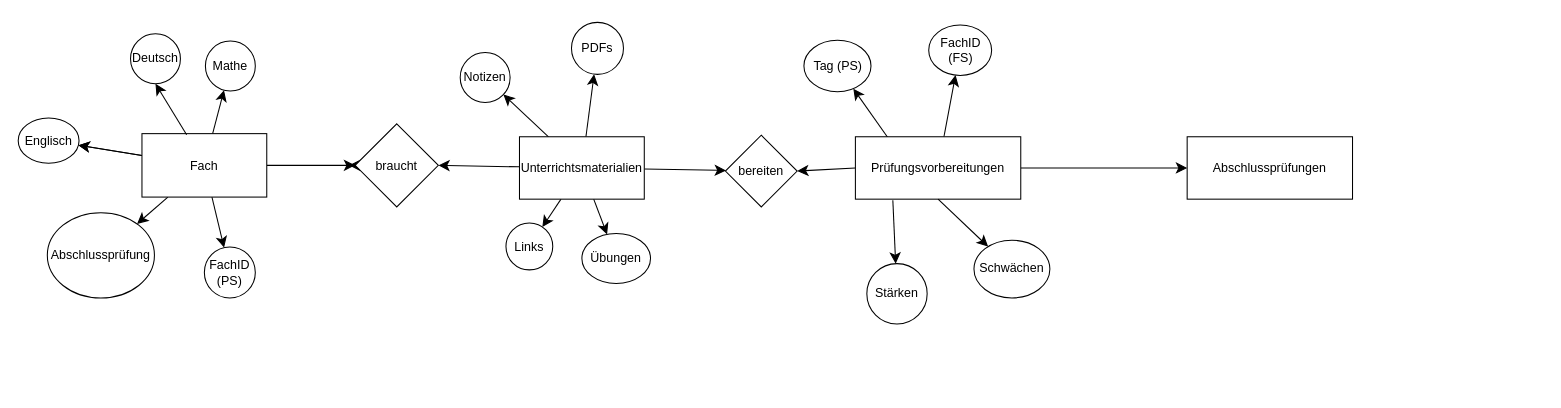
Kamo1951/Pruefungsvorbereitung keeps this draw.io diagram as Semantisches Datenmodell.drawio. Above is the earlier version. Source tidied: cells renumbered, new cells numbered last; positions are measured from the earlier drawing's top-left corner, leaving out a move shared by most shapes. Both pictures are drawn from the tidied source at 104%, with x=0, y=0 at pixel (18, 22).
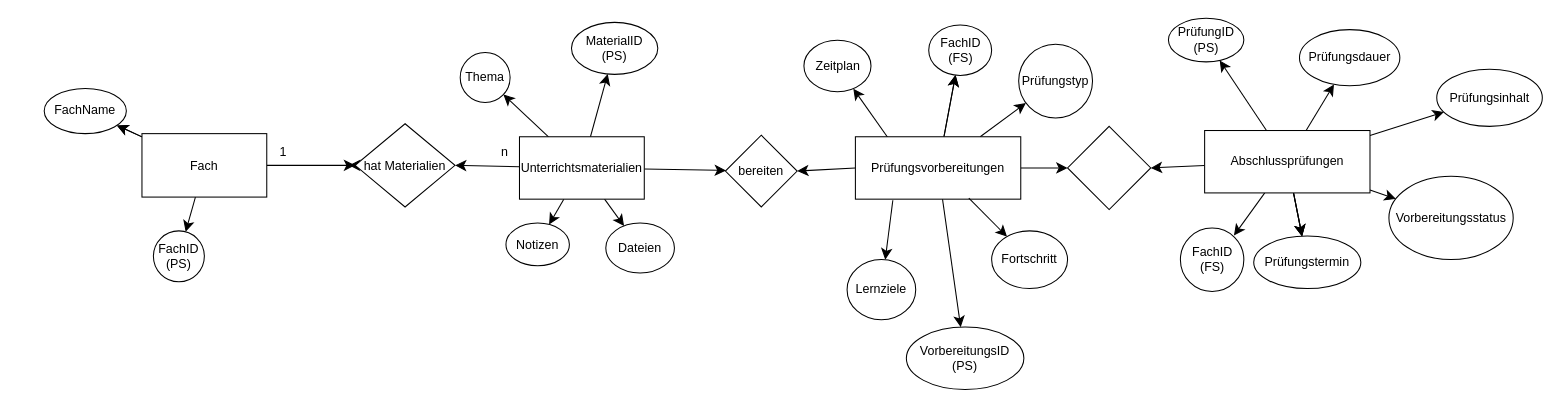
Above is the later version.

Unchanged cells that the change refers to:
```xml
<mxCell id="8" value="Fach" style="whiteSpace=wrap;html=1;" parent="1" vertex="1">
  <mxGeometry x="119" y="107" width="120" height="61" as="geometry" />
</mxCell>
<mxCell id="20" value="Prüfungsvorbereitungen" style="whiteSpace=wrap;html=1;" parent="1" vertex="1">
  <mxGeometry x="805" y="110" width="159" height="60" as="geometry" />
</mxCell>
<mxCell id="39" value="FachID (FS)" style="ellipse;whiteSpace=wrap;html=1;" parent="1" vertex="1">
  <mxGeometry x="875.5" y="2.5" width="60.5" height="48.5" as="geometry" />
</mxCell>
```

What changed in the source:
```diff
@@
-    <mxCell id="2" style="edgeStyle=none;curved=1;rounded=0;jettySize=auto;html=1;fontSize=12;startSize=8;endSize=8;" parent="1" edge="1" source="8" target="22">
-      <mxGeometry relative="1" as="geometry" />
-    </mxCell>
@@
-    <mxCell id="5" style="edgeStyle=none;curved=1;rounded=0;jettySize=auto;html=1;fontSize=12;startSize=8;endSize=8;" parent="1" edge="1" source="8" target="26">
-      <mxGeometry relative="1" as="geometry" />
-    </mxCell>
@@
-    <mxCell id="16" style="edgeStyle=none;curved=1;rounded=0;jettySize=auto;html=1;fontSize=12;startSize=8;endSize=8;" parent="1" edge="1" source="20" target="21">
+    <mxCell id="16" style="edgeStyle=none;curved=1;rounded=0;jettySize=auto;html=1;fontSize=12;startSize=8;endSize=8;entryX=0;entryY=0.5;entryDx=0;entryDy=0;" parent="1" edge="1" source="20" target="60">
       <mxGeometry relative="1" as="geometry" />
     </mxCell>
@@
+    <mxCell id="41" style="edgeStyle=none;curved=1;rounded=0;jettySize=auto;html=1;fontSize=12;startSize=8;endSize=8;" parent="1" edge="1" source="20" target="58">
+      <mxGeometry relative="1" as="geometry" />
+    </mxCell>
+    <mxCell id="42" style="edgeStyle=none;curved=1;rounded=0;jettySize=auto;html=1;fontSize=12;startSize=8;endSize=8;" parent="1" edge="1" source="20" target="39">
+      <mxGeometry relative="1" as="geometry" />
+    </mxCell>
+    <mxCell id="43" style="edgeStyle=none;curved=1;rounded=0;jettySize=auto;html=1;fontSize=12;startSize=8;endSize=8;" parent="1" edge="1" source="20" target="59">
+      <mxGeometry relative="1" as="geometry" />
+    </mxCell>
@@
+    <mxCell id="44" style="edgeStyle=none;curved=1;rounded=0;jettySize=auto;html=1;fontSize=12;startSize=8;endSize=8;" parent="1" edge="1" source="21" target="53">
+      <mxGeometry relative="1" as="geometry" />
+    </mxCell>
+    <mxCell id="45" style="edgeStyle=none;curved=1;rounded=0;jettySize=auto;html=1;fontSize=12;startSize=8;endSize=8;" parent="1" edge="1" source="21" target="54">
+      <mxGeometry relative="1" as="geometry" />
+    </mxCell>
+    <mxCell id="46" style="edgeStyle=none;curved=1;rounded=0;jettySize=auto;html=1;fontSize=12;startSize=8;endSize=8;" parent="1" edge="1" source="21" target="54">
+      <mxGeometry relative="1" as="geometry" />
+    </mxCell>
+    <mxCell id="47" style="edgeStyle=none;curved=1;rounded=0;jettySize=auto;html=1;fontSize=12;startSize=8;endSize=8;" parent="1" edge="1" source="21" target="54">
+      <mxGeometry relative="1" as="geometry" />
+    </mxCell>
+    <mxCell id="48" style="edgeStyle=none;curved=1;rounded=0;jettySize=auto;html=1;fontSize=12;startSize=8;endSize=8;" parent="1" edge="1" source="21" target="55">
+      <mxGeometry relative="1" as="geometry" />
+    </mxCell>
+    <mxCell id="49" style="edgeStyle=none;curved=1;rounded=0;jettySize=auto;html=1;fontSize=12;startSize=8;endSize=8;" parent="1" edge="1" source="21" target="56">
+      <mxGeometry relative="1" as="geometry" />
+    </mxCell>
+    <mxCell id="50" style="edgeStyle=none;curved=1;rounded=0;jettySize=auto;html=1;fontSize=12;startSize=8;endSize=8;" parent="1" edge="1" source="21" target="57">
+      <mxGeometry relative="1" as="geometry" />
+    </mxCell>
+    <mxCell id="51" style="edgeStyle=none;curved=1;rounded=0;jettySize=auto;html=1;entryX=1;entryY=0.5;entryDx=0;entryDy=0;fontSize=12;startSize=8;endSize=8;" parent="1" edge="1" source="21" target="60">
+      <mxGeometry relative="1" as="geometry" />
+    </mxCell>
+    <mxCell id="52" style="edgeStyle=none;curved=1;rounded=0;jettySize=auto;html=1;fontSize=12;startSize=8;endSize=8;" parent="1" edge="1" source="21">
+      <mxGeometry relative="1" as="geometry">
+        <mxPoint x="1169" y="205" as="targetPoint" />
+      </mxGeometry>
+    </mxCell>
     <mxCell id="21" value="Abschlussprüfungen" style="whiteSpace=wrap;html=1;" parent="1" vertex="1">
-      <mxGeometry x="1124" y="110" width="159" height="60" as="geometry" />
+      <mxGeometry x="1140.8" y="104" width="159" height="60" as="geometry" />
     </mxCell>
-    <mxCell id="22" value="Mathe" style="ellipse;whiteSpace=wrap;html=1;" parent="1" vertex="1">
-      <mxGeometry x="180" y="18" width="48" height="48" as="geometry" />
-    </mxCell>
-    <mxCell id="23" value="Deutsch" style="ellipse;whiteSpace=wrap;html=1;" parent="1" vertex="1">
-      <mxGeometry x="108" y="11" width="48" height="48" as="geometry" />
-    </mxCell>
-    <mxCell id="24" style="edgeStyle=none;curved=1;rounded=0;jettySize=auto;html=1;fontSize=12;startSize=8;endSize=8;entryX=0.5;entryY=1;entryDx=0;entryDy=0;exitX=0.358;exitY=0.016;exitDx=0;exitDy=0;exitPerimeter=0;" parent="1" edge="1" source="8" target="23">
-      <mxGeometry relative="1" as="geometry" />
-    </mxCell>
-    <mxCell id="25" value="Englisch" style="ellipse;whiteSpace=wrap;html=1;" parent="1" vertex="1">
-      <mxGeometry y="92" width="58.5" height="43.5" as="geometry" />
+    <mxCell id="25" value="FachName" style="ellipse;whiteSpace=wrap;html=1;" parent="1" vertex="1">
+      <mxGeometry x="25" y="63.5" width="79" height="43.5" as="geometry" />
     </mxCell>
-    <mxCell id="26" value="Abschlussprüfung" style="ellipse;whiteSpace=wrap;html=1;" parent="1" vertex="1">
-      <mxGeometry x="28" y="183" width="103" height="82" as="geometry" />
-    </mxCell>
@@
-    <mxCell id="28" value="braucht" style="rhombus;whiteSpace=wrap;html=1;" parent="1" vertex="1">
-      <mxGeometry x="324" y="97.5" width="80" height="80" as="geometry" />
+    <mxCell id="28" value="hat Materialien" style="rhombus;whiteSpace=wrap;html=1;" parent="1" vertex="1">
+      <mxGeometry x="324" y="97.5" width="96" height="80" as="geometry" />
     </mxCell>
-    <mxCell id="29" value="PDFs" style="ellipse;whiteSpace=wrap;html=1;" parent="1" vertex="1">
-      <mxGeometry x="532" width="50" height="50" as="geometry" />
+    <mxCell id="29" value="MaterialID (PS)" style="ellipse;whiteSpace=wrap;html=1;" parent="1" vertex="1">
+      <mxGeometry x="532" width="83" height="50" as="geometry" />
     </mxCell>
-    <mxCell id="30" value="Notizen" style="ellipse;whiteSpace=wrap;html=1;" parent="1" vertex="1">
+    <mxCell id="30" value="Thema" style="ellipse;whiteSpace=wrap;html=1;" parent="1" vertex="1">
       <mxGeometry x="425" y="29" width="48" height="48" as="geometry" />
     </mxCell>
-    <mxCell id="31" value="Links" style="ellipse;whiteSpace=wrap;html=1;" parent="1" vertex="1">
-      <mxGeometry x="469" y="193" width="45" height="45" as="geometry" />
+    <mxCell id="31" value="Notizen" style="ellipse;whiteSpace=wrap;html=1;" parent="1" vertex="1">
+      <mxGeometry x="469" y="193" width="61" height="41" as="geometry" />
     </mxCell>
-    <mxCell id="32" value="Übungen" style="ellipse;whiteSpace=wrap;html=1;" parent="1" vertex="1">
-      <mxGeometry x="542" y="203" width="66" height="48" as="geometry" />
+    <mxCell id="32" value="Dateien" style="ellipse;whiteSpace=wrap;html=1;" parent="1" vertex="1">
+      <mxGeometry x="565" y="193" width="66" height="48" as="geometry" />
     </mxCell>
@@
-    <mxCell id="34" value="Tag (PS)" style="ellipse;whiteSpace=wrap;html=1;" parent="1" vertex="1">
+    <mxCell id="34" value="Zeitplan" style="ellipse;whiteSpace=wrap;html=1;" parent="1" vertex="1">
       <mxGeometry x="755.5" y="17.2" width="64.5" height="49.5" as="geometry" />
     </mxCell>
-    <mxCell id="35" style="edgeStyle=none;curved=1;rounded=0;jettySize=auto;html=1;fontSize=12;startSize=8;endSize=8;exitX=0.5;exitY=1;exitDx=0;exitDy=0;" parent="1" edge="1" source="20" target="37">
-      <mxGeometry relative="1" as="geometry" />
+    <mxCell id="35" style="edgeStyle=none;curved=1;rounded=0;jettySize=auto;html=1;fontSize=12;startSize=8;endSize=8;exitX=0.686;exitY=0.983;exitDx=0;exitDy=0;exitPerimeter=0;" parent="1" edge="1" source="20" target="37">
+      <mxGeometry relative="1" as="geometry">
+        <Array as="points">
+          <mxPoint x="929" y="184" />
+        </Array>
+      </mxGeometry>
     </mxCell>
@@
-    <mxCell id="37" value="Schwächen" style="ellipse;whiteSpace=wrap;html=1;" parent="1" vertex="1">
-      <mxGeometry x="919" y="209.5" width="73" height="55.5" as="geometry" />
+    <mxCell id="37" value="Fortschritt" style="ellipse;whiteSpace=wrap;html=1;" parent="1" vertex="1">
+      <mxGeometry x="936" y="200.5" width="73" height="55.5" as="geometry" />
     </mxCell>
-    <mxCell id="38" value="Stärken" style="ellipse;whiteSpace=wrap;html=1;" parent="1" vertex="1">
-      <mxGeometry x="816" y="232" width="58" height="58" as="geometry" />
+    <mxCell id="38" value="Lernziele" style="ellipse;whiteSpace=wrap;html=1;" parent="1" vertex="1">
+      <mxGeometry x="797" y="228" width="66" height="58" as="geometry" />
     </mxCell>
@@
     <mxCell id="40" value="FachID (PS)" style="ellipse;whiteSpace=wrap;html=1;" parent="1" vertex="1">
-      <mxGeometry x="179" y="216" width="49" height="49" as="geometry" />
+      <mxGeometry x="130" y="200.5" width="49" height="49" as="geometry" />
     </mxCell>
+    <mxCell id="53" value="PrüfungID (PS)" style="ellipse;whiteSpace=wrap;html=1;" parent="1" vertex="1">
+      <mxGeometry x="1106" y="-4" width="72.5" height="42" as="geometry" />
+    </mxCell>
+    <mxCell id="54" value="Prüfungstermin" style="ellipse;whiteSpace=wrap;html=1;" parent="1" vertex="1">
+      <mxGeometry x="1188" y="205.5" width="103" height="50.5" as="geometry" />
+    </mxCell>
+    <mxCell id="55" value="Prüfungsdauer" style="ellipse;whiteSpace=wrap;html=1;" parent="1" vertex="1">
+      <mxGeometry x="1232" y="7" width="96.5" height="54" as="geometry" />
+    </mxCell>
+    <mxCell id="56" value="Prüfungsinhalt" style="ellipse;whiteSpace=wrap;html=1;" parent="1" vertex="1">
+      <mxGeometry x="1364" y="45" width="101.5" height="55" as="geometry" />
+    </mxCell>
+    <mxCell id="57" value="Vorbereitungsstatus" style="ellipse;whiteSpace=wrap;html=1;" parent="1" vertex="1">
+      <mxGeometry x="1318" y="148" width="119.5" height="80" as="geometry" />
+    </mxCell>
+    <mxCell id="58" value="VorbereitungsID (PS)" style="ellipse;whiteSpace=wrap;html=1;" parent="1" vertex="1">
+      <mxGeometry x="854" y="293" width="113" height="60" as="geometry" />
+    </mxCell>
+    <mxCell id="59" value="Prüfungstyp" style="ellipse;whiteSpace=wrap;html=1;" parent="1" vertex="1">
+      <mxGeometry x="962" y="21" width="71" height="71" as="geometry" />
+    </mxCell>
+    <mxCell id="60" style="rhombus;whiteSpace=wrap;html=1;" parent="1" vertex="1">
+      <mxGeometry x="1009" y="100" width="80" height="80" as="geometry" />
+    </mxCell>
+    <mxCell id="61" value="FachID (FS)" style="ellipse;whiteSpace=wrap;html=1;" parent="1" vertex="1">
+      <mxGeometry x="1117.5" y="197.8" width="61" height="61" as="geometry" />
+    </mxCell>
+    <mxCell id="62" value="1" style="text;html=1;align=center;verticalAlign=middle;whiteSpace=wrap;rounded=0;" parent="1" vertex="1">
+      <mxGeometry x="225" y="110" width="60" height="30" as="geometry" />
+    </mxCell>
+    <mxCell id="63" value="n" style="text;html=1;align=center;verticalAlign=middle;whiteSpace=wrap;rounded=0;" parent="1" vertex="1">
+      <mxGeometry x="438" y="110" width="60" height="30" as="geometry" />
+    </mxCell>
```
